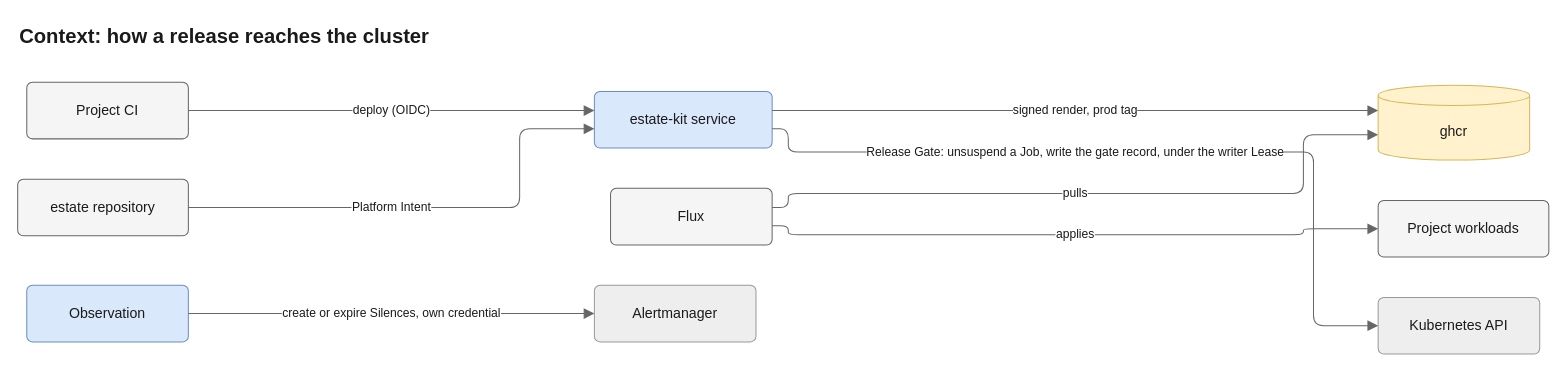
Above: docs/diagrams/src/context.drawio in JorisJonkers-dev/estate-kit (draw.io), before the change. Source tidied: cells renumbered, new cells numbered last; positions are measured from the earlier drawing's top-left corner, leaving out a move shared by most shapes. Both pictures are drawn from the tidied source at 101%, with x=0, y=0 at pixel (17, 17).
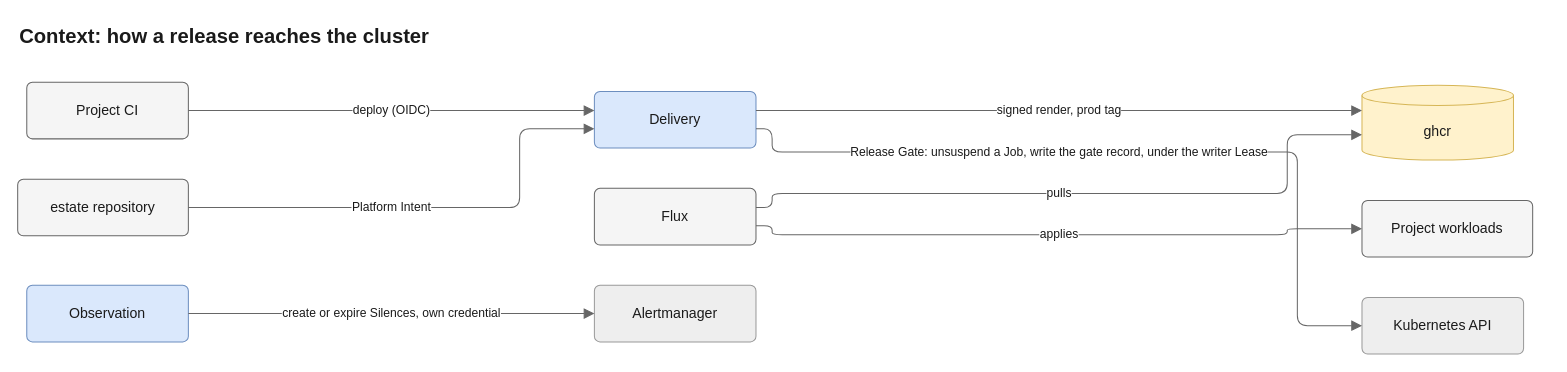
After the change.

What changed in the source:
```diff
@@
-    <mxCell id="4" value="estate-kit service" style="rounded=1;arcSize=10;html=1;whiteSpace=wrap;fontSize=14;fontColor=light-dark(#1a1a1a,#e8e8e8);fillColor=light-dark(#dae8fc,#1f3a5f);strokeColor=light-dark(#6c8ebf,#7aa7e0);fontFamily=Helvetica;" parent="1" vertex="1">
-      <mxGeometry x="571" y="73" width="176" height="56" as="geometry" />
+    <mxCell id="4" value="Delivery" style="rounded=1;arcSize=10;html=1;whiteSpace=wrap;fontSize=14;fontColor=light-dark(#1a1a1a,#e8e8e8);fillColor=light-dark(#dae8fc,#1f3a5f);strokeColor=light-dark(#6c8ebf,#7aa7e0);fontFamily=Helvetica;" parent="1" vertex="1">
+      <mxGeometry x="571" y="73" width="160" height="56" as="geometry" />
     </mxCell>
     <mxCell id="5" value="ghcr" style="shape=cylinder3;size=10;boundedLbl=1;backgroundOutline=1;html=1;whiteSpace=wrap;fontSize=14;fontColor=light-dark(#1a1a1a,#e8e8e8);fillColor=light-dark(#fff2cc,#3a3220);strokeColor=light-dark(#d6b656,#c9a74a);fontFamily=Helvetica;" parent="1" vertex="1">
-      <mxGeometry x="1347" y="67" width="150" height="74" as="geometry" />
+      <mxGeometry x="1331" y="67" width="150" height="74" as="geometry" />
     </mxCell>
     <mxCell id="6" value="Flux" style="rounded=1;arcSize=10;html=1;whiteSpace=wrap;fontSize=14;fontColor=light-dark(#1a1a1a,#e8e8e8);fillColor=light-dark(#f5f5f5,#2b2b2b);strokeColor=light-dark(#666666,#a8a8a8);fontFamily=Helvetica;" parent="1" vertex="1">
-      <mxGeometry x="587" y="169" width="160" height="56" as="geometry" />
+      <mxGeometry x="571" y="169" width="160" height="56" as="geometry" />
     </mxCell>
     <mxCell id="7" value="Project workloads" style="rounded=1;arcSize=10;html=1;whiteSpace=wrap;fontSize=14;fontColor=light-dark(#1a1a1a,#e8e8e8);fillColor=light-dark(#f5f5f5,#2b2b2b);strokeColor=light-dark(#666666,#a8a8a8);fontFamily=Helvetica;" parent="1" vertex="1">
-      <mxGeometry x="1347" y="181" width="169" height="56" as="geometry" />
+      <mxGeometry x="1331" y="181" width="169" height="56" as="geometry" />
     </mxCell>
     <mxCell id="8" value="Kubernetes API" style="rounded=1;arcSize=10;html=1;whiteSpace=wrap;fontSize=14;fontColor=light-dark(#1a1a1a,#e8e8e8);fillColor=light-dark(#eeeeee,#303030);strokeColor=light-dark(#999999,#8a8a8a);fontFamily=Helvetica;" parent="1" vertex="1">
-      <mxGeometry x="1347" y="277" width="160" height="56" as="geometry" />
+      <mxGeometry x="1331" y="277" width="160" height="56" as="geometry" />
     </mxCell>
@@
     <mxCell id="13" value="signed render, prod tag" style="html=1;rounded=1;fontSize=14;fontSize=12;fontColor=light-dark(#1a1a1a,#e8e8e8);strokeColor=light-dark(#666666,#a8a8a8);endArrow=block;endFill=1;endSize=8;curved=0;exitX=1;exitY=0.3393;entryX=0;entryY=0.3378;edgeStyle=orthogonalEdgeStyle;fontFamily=Helvetica;labelBackgroundColor=light-dark(#ffffff,#1e1e1e);" parent="1" edge="1" source="4" target="5">
       <mxGeometry relative="1" as="geometry">
         <Array as="points">
-          <mxPoint x="1047" y="92" />
+          <mxPoint x="1031" y="92" />
         </Array>
       </mxGeometry>
     </mxCell>
     <mxCell id="14" value="pulls" style="html=1;rounded=1;fontSize=14;fontSize=12;fontColor=light-dark(#1a1a1a,#e8e8e8);strokeColor=light-dark(#666666,#a8a8a8);endArrow=block;endFill=1;endSize=8;curved=0;exitX=1;exitY=0.3393;entryX=0;entryY=0.6622;edgeStyle=orthogonalEdgeStyle;fontFamily=Helvetica;labelBackgroundColor=light-dark(#ffffff,#1e1e1e);" parent="1" edge="1" source="6" target="5">
       <mxGeometry relative="1" as="geometry">
         <Array as="points">
-          <mxPoint x="763" y="188" />
-          <mxPoint x="763" y="174" />
-          <mxPoint x="1273" y="174" />
-          <mxPoint x="1273" y="116" />
+          <mxPoint x="747" y="188" />
+          <mxPoint x="747" y="174" />
+          <mxPoint x="1257" y="174" />
+          <mxPoint x="1257" y="116" />
         </Array>
         <mxPoint x="-22" as="offset" />
       </mxGeometry>
     </mxCell>
     <mxCell id="15" value="applies" style="html=1;rounded=1;fontSize=14;fontSize=12;fontColor=light-dark(#1a1a1a,#e8e8e8);strokeColor=light-dark(#666666,#a8a8a8);endArrow=block;endFill=1;endSize=8;curved=0;exitX=1;exitY=0.6607;entryX=0;entryY=0.5;edgeStyle=orthogonalEdgeStyle;fontFamily=Helvetica;labelBackgroundColor=light-dark(#ffffff,#1e1e1e);" parent="1" edge="1" source="6" target="7">
       <mxGeometry relative="1" as="geometry">
         <Array as="points">
-          <mxPoint x="763" y="206" />
-          <mxPoint x="763" y="215" />
-          <mxPoint x="1273" y="215" />
-          <mxPoint x="1273" y="209" />
+          <mxPoint x="747" y="206" />
+          <mxPoint x="747" y="215" />
+          <mxPoint x="1257" y="215" />
+          <mxPoint x="1257" y="209" />
         </Array>
         <mxPoint x="1.5" as="offset" />
       </mxGeometry>
     </mxCell>
     <mxCell id="16" value="Release Gate: unsuspend a Job, write the gate record, under the writer Lease" style="html=1;rounded=1;fontSize=14;fontSize=12;fontColor=light-dark(#1a1a1a,#e8e8e8);strokeColor=light-dark(#666666,#a8a8a8);endArrow=block;endFill=1;endSize=8;curved=0;exitX=1;exitY=0.6607;entryX=0;entryY=0.5;edgeStyle=orthogonalEdgeStyle;fontFamily=Helvetica;labelBackgroundColor=light-dark(#ffffff,#1e1e1e);" parent="1" edge="1" source="4" target="8">
       <mxGeometry relative="1" as="geometry">
         <Array as="points">
-          <mxPoint x="763" y="110" />
-          <mxPoint x="763" y="133" />
-          <mxPoint x="1283" y="133" />
-          <mxPoint x="1283" y="305" />
+          <mxPoint x="747" y="110" />
+          <mxPoint x="747" y="133" />
+          <mxPoint x="1267" y="133" />
+          <mxPoint x="1267" y="305" />
         </Array>
         <mxPoint x="-74.5" as="offset" />
       </mxGeometry>
     </mxCell>
@@
     <mxCell id="18" value="Context: how a release reaches the cluster" style="text;html=1;whiteSpace=wrap;align=left;verticalAlign=middle;fontSize=20;fontStyle=1;fontColor=light-dark(#1a1a1a,#e8e8e8);fontFamily=Helvetica;" parent="1" vertex="1">
-      <mxGeometry width="1516" height="36" as="geometry" />
+      <mxGeometry width="1500" height="36" as="geometry" />
     </mxCell>
```
